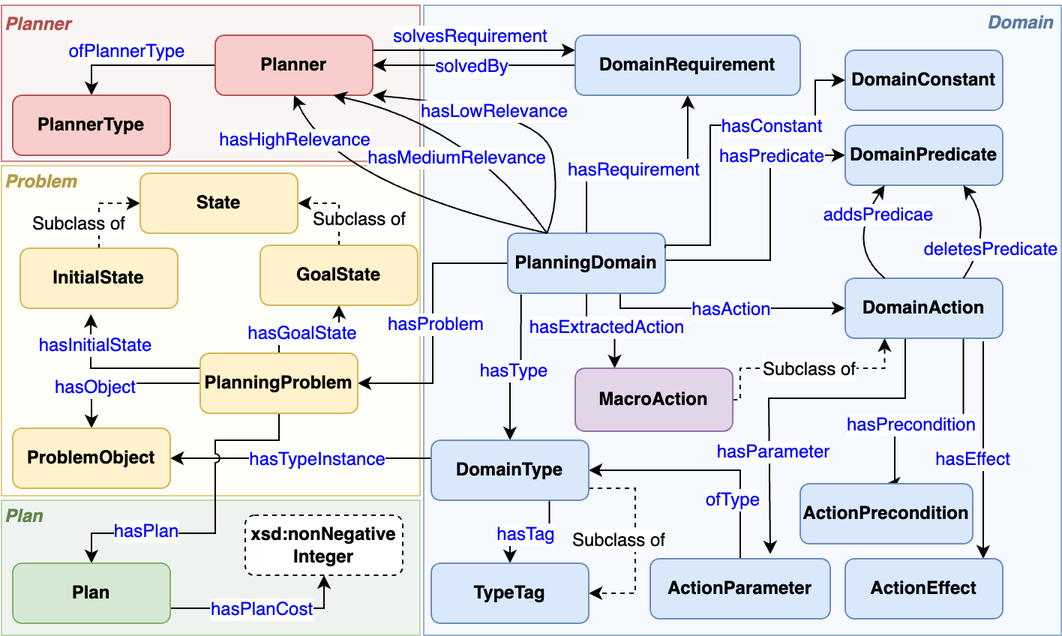
The draw.io diagram images/planning_ontology_block.png in BharathMuppasani/AI-Planning-Ontology, before a commit. Source tidied: cells renumbered, new cells last; positions are measured from the earlier drawing's top-left corner, leaving out a move shared by most shapes.
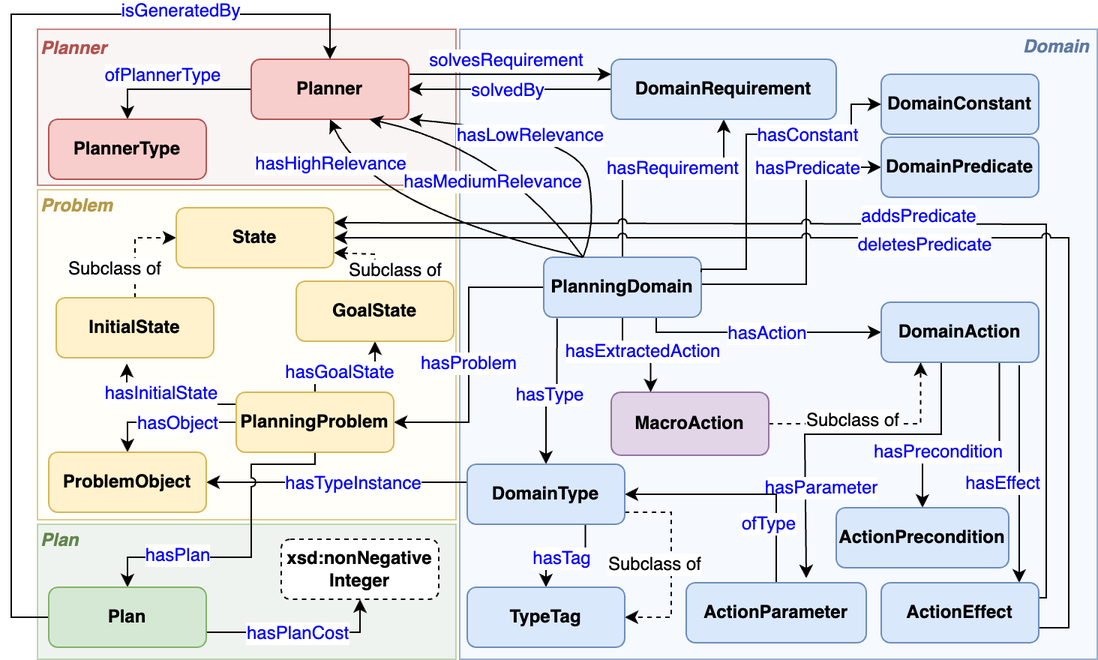
After the change.

What changed in the source:
```diff
@@ -15,11 +15,16 @@
       <mxGeometry x="281" y="3" width="425" height="420" as="geometry" />
     </mxCell>
     <mxCell id="6" style="edgeStyle=orthogonalEdgeStyle;rounded=0;jettySize=auto;html=1;entryX=0.5;entryY=1;entryDx=0;entryDy=0;strokeWidth=1;" parent="1" edge="1" source="17" target="19">
-      <mxGeometry relative="1" as="geometry" />
+      <mxGeometry relative="1" as="geometry">
+        <Array as="points">
+          <mxPoint x="390" y="93" />
+          <mxPoint x="457" y="93" />
+        </Array>
+      </mxGeometry>
     </mxCell>
     <mxCell id="7" value="&lt;font color=&quot;#0000ff&quot; style=&quot;font-size: 12px;&quot;&gt;hasRequirement&lt;/font&gt;" style="edgeLabel;html=1;align=center;verticalAlign=middle;" parent="6" vertex="1">
       <mxGeometry x="0.1" y="-3" relative="1" as="geometry">
-        <mxPoint x="-11" as="offset" />
+        <mxPoint x="7" y="-1" as="offset" />
       </mxGeometry>
     </mxCell>
     <mxCell id="8" style="edgeStyle=orthogonalEdgeStyle;rounded=0;jettySize=auto;html=1;entryX=0;entryY=0.5;entryDx=0;entryDy=0;strokeWidth=1;exitX=1;exitY=0.5;exitDx=0;exitDy=0;" parent="1" edge="1" source="17" target="36">
@@ -27,20 +32,22 @@
         <Array as="points">
           <mxPoint x="442" y="173" />
           <mxPoint x="512" y="173" />
-          <mxPoint x="512" y="103" />
+          <mxPoint x="512" y="95" />
         </Array>
       </mxGeometry>
     </mxCell>
     <mxCell id="9" value="&lt;font color=&quot;#0000ff&quot; style=&quot;font-size: 12px;&quot;&gt;hasPredicate&lt;/font&gt;" style="edgeLabel;html=1;align=center;verticalAlign=middle;" parent="8" vertex="1">
       <mxGeometry x="-0.09" y="-2" relative="1" as="geometry">
-        <mxPoint x="-2" y="-55" as="offset" />
+        <mxPoint x="-2" y="-59" as="offset" />
       </mxGeometry>
     </mxCell>
     <mxCell id="10" style="edgeStyle=orthogonalEdgeStyle;rounded=0;jettySize=auto;html=1;exitX=0;exitY=0.5;exitDx=0;exitDy=0;entryX=1;entryY=0.5;entryDx=0;entryDy=0;strokeWidth=1;" parent="1" edge="1" source="17" target="64">
       <mxGeometry relative="1" as="geometry" />
     </mxCell>
     <mxCell id="11" value="&lt;font color=&quot;#0000ff&quot; style=&quot;font-size: 12px;&quot;&gt;hasProblem&lt;/font&gt;" style="edgeLabel;html=1;align=center;verticalAlign=middle;" parent="10" vertex="1">
-      <mxGeometry y="1" relative="1" as="geometry" />
+      <mxGeometry y="1" relative="1" as="geometry">
+        <mxPoint x="-2" y="5" as="offset" />
+      </mxGeometry>
     </mxCell>
     <mxCell id="12" style="edgeStyle=orthogonalEdgeStyle;rounded=0;jettySize=auto;html=1;strokeWidth=1;" parent="1" edge="1" source="17">
       <mxGeometry relative="1" as="geometry">
@@ -136,8 +143,8 @@
     <mxCell id="29" style="edgeStyle=orthogonalEdgeStyle;rounded=0;jettySize=auto;html=1;entryX=0.667;entryY=-0.075;entryDx=0;entryDy=0;strokeWidth=1;entryPerimeter=0;" parent="1" edge="1" source="35" target="43">
       <mxGeometry relative="1" as="geometry">
         <Array as="points">
-          <mxPoint x="602" y="265" />
-          <mxPoint x="511" y="265" />
+          <mxPoint x="602" y="273" />
+          <mxPoint x="511" y="273" />
         </Array>
       </mxGeometry>
     </mxCell>
@@ -151,52 +158,49 @@
     </mxCell>
     <mxCell id="32" value="&lt;font style=&quot;font-size: 12px;&quot; color=&quot;#0000ff&quot;&gt;hasEffect&lt;/font&gt;" style="edgeLabel;html=1;align=center;verticalAlign=middle;" parent="31" vertex="1">
       <mxGeometry x="-0.09" y="3" relative="1" as="geometry">
-        <mxPoint x="-10" y="12" as="offset" />
+        <mxPoint x="-14" y="12" as="offset" />
       </mxGeometry>
     </mxCell>
     <mxCell id="33" style="edgeStyle=orthogonalEdgeStyle;rounded=0;jettySize=auto;html=1;exitX=0.75;exitY=1;exitDx=0;exitDy=0;entryX=0.5;entryY=0;entryDx=0;entryDy=0;" parent="1" edge="1" source="35" target="75">
       <mxGeometry relative="1" as="geometry">
         <Array as="points">
           <mxPoint x="641" y="285" />
-          <mxPoint x="595" y="285" />
+          <mxPoint x="590" y="285" />
         </Array>
       </mxGeometry>
     </mxCell>
     <mxCell id="34" value="&lt;font color=&quot;#0000ff&quot; style=&quot;font-size: 12px;&quot;&gt;hasPrecondition&lt;/font&gt;" style="edgeLabel;html=1;align=center;verticalAlign=middle;" parent="33" vertex="1">
       <mxGeometry x="0.56" y="1" relative="1" as="geometry">
-        <mxPoint x="9" y="-12" as="offset" />
+        <mxPoint x="9" y="-4" as="offset" />
       </mxGeometry>
     </mxCell>
+    <mxCell id="90" style="edgeStyle=orthogonalEdgeStyle;rounded=0;jettySize=auto;html=1;exitX=1;exitY=0.25;exitDx=0;exitDy=0;entryX=1;entryY=0.25;entryDx=0;entryDy=0;jumpStyle=arc;" parent="1" edge="1" source="74" target="85">
+      <mxGeometry relative="1" as="geometry">
+        <Array as="points">
+          <mxPoint x="672" y="382" />
+          <mxPoint x="672" y="133" />
+        </Array>
+      </mxGeometry>
+    </mxCell>
+    <mxCell id="91" value="&lt;font color=&quot;#0000ff&quot; style=&quot;font-size: 12px;&quot;&gt;addsPredicate&lt;/font&gt;" style="edgeLabel;html=1;align=center;verticalAlign=middle;" parent="90" vertex="1">
+      <mxGeometry x="-0.92" y="2" relative="1" as="geometry">
+        <mxPoint x="-84" y="-229" as="offset" />
+      </mxGeometry>
+    </mxCell>
+    <mxCell id="92" style="edgeStyle=orthogonalEdgeStyle;rounded=0;jettySize=auto;html=1;exitX=1;exitY=0.75;exitDx=0;exitDy=0;entryX=1;entryY=0.5;entryDx=0;entryDy=0;jumpStyle=arc;" parent="1" edge="1" source="74" target="85">
+      <mxGeometry relative="1" as="geometry" />
+    </mxCell>
+    <mxCell id="38" value="&lt;font color=&quot;#0000ff&quot; style=&quot;font-size: 12px;&quot;&gt;deletesPredicate&lt;/font&gt;" style="edgeLabel;html=1;align=center;verticalAlign=middle;" parent="92" vertex="1">
+      <mxGeometry x="-0.86" y="2" relative="1" as="geometry">
+        <mxPoint x="-95" y="-223" as="offset" />
+      </mxGeometry>
+    </mxCell>
     <mxCell id="35" value="&lt;font style=&quot;font-size: 12px;&quot;&gt;&lt;b&gt;DomainAction&lt;/b&gt;&lt;/font&gt;" style="rounded=1;whiteSpace=wrap;html=1;fillColor=#dae8fc;strokeColor=#6c8ebf;" parent="1" vertex="1">
       <mxGeometry x="562" y="185" width="105" height="40" as="geometry" />
     </mxCell>
     <mxCell id="36" value="&lt;font style=&quot;font-size: 12px;&quot;&gt;&lt;b&gt;DomainPredicate&lt;/b&gt;&lt;/font&gt;" style="rounded=1;whiteSpace=wrap;html=1;fillColor=#dae8fc;strokeColor=#6c8ebf;" parent="1" vertex="1">
-      <mxGeometry x="562" y="83" width="105" height="40" as="geometry" />
+      <mxGeometry x="562" y="75" width="105" height="40" as="geometry" />
     </mxCell>
-    <mxCell id="37" style="curved=1;endArrow=classic;html=1;rounded=0;entryX=0.75;entryY=1;entryDx=0;entryDy=0;strokeWidth=1;exitX=0.75;exitY=0;exitDx=0;exitDy=0;" parent="1" edge="1" source="35" target="36">
-      <mxGeometry relative="1" as="geometry">
-        <Array as="points">
-          <mxPoint x="662" y="153" />
-        </Array>
-      </mxGeometry>
-    </mxCell>
-    <mxCell id="38" value="&lt;font color=&quot;#0000ff&quot; style=&quot;font-size: 12px;&quot;&gt;deletesPredicate&lt;/font&gt;" style="edgeLabel;html=1;align=center;verticalAlign=middle;" parent="37" vertex="1">
-      <mxGeometry x="0.25" y="7" relative="1" as="geometry">
-        <mxPoint x="7" y="15" as="offset" />
-      </mxGeometry>
-    </mxCell>
-    <mxCell id="39" style="curved=1;endArrow=classic;html=1;rounded=0;entryX=0.25;entryY=1;entryDx=0;entryDy=0;exitX=0.25;exitY=0;exitDx=0;exitDy=0;strokeWidth=1;" parent="1" edge="1" source="35" target="36">
-      <mxGeometry relative="1" as="geometry">
-        <Array as="points">
-          <mxPoint x="562" y="163" />
-        </Array>
-      </mxGeometry>
-    </mxCell>
-    <mxCell id="40" value="&lt;font color=&quot;#0000ff&quot; style=&quot;font-size: 12px;&quot;&gt;addsPredicae&lt;/font&gt;" style="edgeLabel;html=1;align=center;verticalAlign=middle;" parent="39" vertex="1">
-      <mxGeometry x="-0.06" y="-7" relative="1" as="geometry">
-        <mxPoint x="14" y="-21" as="offset" />
-      </mxGeometry>
-    </mxCell>
     <mxCell id="41" style="edgeStyle=orthogonalEdgeStyle;rounded=0;jettySize=auto;html=1;entryX=1;entryY=0.5;entryDx=0;entryDy=0;strokeColor=#000000;strokeWidth=1;exitX=0.5;exitY=0;exitDx=0;exitDy=0;" parent="1" edge="1" source="43" target="50">
       <mxGeometry relative="1" as="geometry">
         <Array as="points">
@@ -271,27 +275,28 @@
         <Array as="points">
           <mxPoint x="442" y="163" />
           <mxPoint x="472" y="163" />
-          <mxPoint x="472" y="83" />
-          <mxPoint x="542" y="83" />
+          <mxPoint x="472" y="73" />
+          <mxPoint x="542" y="73" />
           <mxPoint x="542" y="53" />
         </Array>
       </mxGeometry>
     </mxCell>
     <mxCell id="55" value="&lt;font color=&quot;#0000ff&quot; style=&quot;font-size: 12px;&quot;&gt;hasConstant&lt;/font&gt;" style="edgeLabel;html=1;align=center;verticalAlign=middle;" parent="54" vertex="1">
       <mxGeometry x="-0.09" y="-2" relative="1" as="geometry">
-        <mxPoint x="38" y="-7" as="offset" />
+        <mxPoint x="38" y="-17" as="offset" />
       </mxGeometry>
     </mxCell>
     <mxCell id="56" style="edgeStyle=orthogonalEdgeStyle;rounded=0;jettySize=auto;html=1;entryX=0.448;entryY=1.1;entryDx=0;entryDy=0;entryPerimeter=0;strokeWidth=1;exitX=0;exitY=0.25;exitDx=0;exitDy=0;" parent="1" edge="1" source="64" target="70">
       <mxGeometry relative="1" as="geometry">
         <Array as="points">
-          <mxPoint x="59" y="245" />
+          <mxPoint x="132" y="253" />
+          <mxPoint x="59" y="253" />
         </Array>
       </mxGeometry>
     </mxCell>
     <mxCell id="57" value="&lt;font color=&quot;#0000ff&quot; style=&quot;font-size: 12px;&quot;&gt;hasInitialState&lt;/font&gt;" style="edgeLabel;html=1;align=center;verticalAlign=middle;" parent="56" vertex="1">
       <mxGeometry x="0.46" y="-1" relative="1" as="geometry">
-        <mxPoint x="1" y="-9" as="offset" />
+        <mxPoint x="22" y="-8" as="offset" />
       </mxGeometry>
     </mxCell>
     <mxCell id="58" style="edgeStyle=orthogonalEdgeStyle;rounded=0;jettySize=auto;html=1;entryX=0.5;entryY=0;entryDx=0;entryDy=0;strokeWidth=1;" parent="1" edge="1" source="64" target="71">
@@ -299,7 +304,7 @@
     </mxCell>
     <mxCell id="59" value="&lt;font style=&quot;font-size: 12px;&quot; color=&quot;#0000ff&quot;&gt;hasObject&lt;/font&gt;" style="edgeLabel;html=1;align=center;verticalAlign=middle;" parent="58" vertex="1">
       <mxGeometry x="-0.05" y="2" relative="1" as="geometry">
-        <mxPoint x="-22" as="offset" />
+        <mxPoint x="4" y="-2" as="offset" />
       </mxGeometry>
     </mxCell>
     <mxCell id="60" style="edgeStyle=orthogonalEdgeStyle;rounded=0;jettySize=auto;html=1;entryX=0.5;entryY=1;entryDx=0;entryDy=0;" parent="1" edge="1" source="64" target="67">
@@ -326,22 +331,22 @@
       </mxGeometry>
     </mxCell>
     <mxCell id="64" value="&lt;font style=&quot;font-size: 12px;&quot;&gt;&lt;b&gt;PlanningProblem&lt;/b&gt;&lt;/font&gt;" style="rounded=1;whiteSpace=wrap;html=1;fillColor=#fff2cc;strokeColor=#d6b656;" parent="1" vertex="1">
-      <mxGeometry x="132" y="235" width="105" height="40" as="geometry" />
+      <mxGeometry x="132" y="245" width="105" height="40" as="geometry" />
     </mxCell>
-    <mxCell id="65" style="edgeStyle=orthogonalEdgeStyle;rounded=0;jettySize=auto;html=1;exitX=0.5;exitY=0;exitDx=0;exitDy=0;entryX=1;entryY=0.5;entryDx=0;entryDy=0;dashed=1;" parent="1" edge="1" source="67" target="85">
+    <mxCell id="65" style="edgeStyle=orthogonalEdgeStyle;rounded=0;jettySize=auto;html=1;exitX=0.5;exitY=0;exitDx=0;exitDy=0;entryX=1;entryY=0.75;entryDx=0;entryDy=0;dashed=1;" parent="1" edge="1" source="67" target="85">
       <mxGeometry relative="1" as="geometry">
         <Array as="points">
-          <mxPoint x="225" y="135" />
+          <mxPoint x="225" y="153" />
         </Array>
       </mxGeometry>
     </mxCell>
     <mxCell id="66" value="&lt;font style=&quot;font-size: 12px;&quot;&gt;Subclass of&lt;/font&gt;" style="edgeLabel;html=1;align=center;verticalAlign=middle;" parent="65" vertex="1">
       <mxGeometry x="-0.35" relative="1" as="geometry">
-        <mxPoint x="13" as="offset" />
+        <mxPoint x="13" y="7" as="offset" />
       </mxGeometry>
     </mxCell>
     <mxCell id="67" value="&lt;font style=&quot;font-size: 12px;&quot;&gt;&lt;b&gt;GoalState&lt;/b&gt;&lt;/font&gt;" style="rounded=1;whiteSpace=wrap;html=1;fillColor=#fff2cc;strokeColor=#d6b656;" parent="1" vertex="1">
-      <mxGeometry x="172" y="163" width="105" height="40" as="geometry" />
+      <mxGeometry x="172" y="171" width="105" height="40" as="geometry" />
     </mxCell>
     <mxCell id="68" style="edgeStyle=orthogonalEdgeStyle;rounded=0;jettySize=auto;html=1;exitX=0.5;exitY=0;exitDx=0;exitDy=0;entryX=0;entryY=0.5;entryDx=0;entryDy=0;dashed=1;" parent="1" edge="1" source="70" target="85">
       <mxGeometry relative="1" as="geometry" />
@@ -352,7 +357,7 @@
       </mxGeometry>
     </mxCell>
     <mxCell id="70" value="&lt;font style=&quot;font-size: 12px;&quot;&gt;&lt;b&gt;InitialState&lt;/b&gt;&lt;/font&gt;" style="rounded=1;whiteSpace=wrap;html=1;fillColor=#fff2cc;strokeColor=#d6b656;" parent="1" vertex="1">
-      <mxGeometry x="12" y="165" width="105" height="40" as="geometry" />
+      <mxGeometry x="12" y="182" width="105" height="40" as="geometry" />
     </mxCell>
     <mxCell id="71" value="&lt;font style=&quot;font-size: 12px;&quot;&gt;&lt;b&gt;ProblemObject&lt;/b&gt;&lt;/font&gt;" style="rounded=1;whiteSpace=wrap;html=1;fillColor=#fff2cc;strokeColor=#d6b656;" parent="1" vertex="1">
       <mxGeometry x="7" y="285" width="105" height="40" as="geometry" />
@@ -381,6 +386,18 @@
         <mxPoint x="7" y="2" as="offset" />
       </mxGeometry>
     </mxCell>
+    <mxCell id="93" style="edgeStyle=orthogonalEdgeStyle;rounded=0;jettySize=auto;html=1;entryX=0.5;entryY=0;entryDx=0;entryDy=0;" parent="1" edge="1" source="78" target="24">
+      <mxGeometry relative="1" as="geometry">
+        <Array as="points">
+          <mxPoint x="-18" y="395" />
+          <mxPoint x="-18" y="-7" />
+          <mxPoint x="195" y="-7" />
+        </Array>
+      </mxGeometry>
+    </mxCell>
+    <mxCell id="94" value="&lt;font color=&quot;#0000ff&quot; style=&quot;font-size: 12px;&quot;&gt;isGeneratedBy&lt;/font&gt;" style="edgeLabel;html=1;align=center;verticalAlign=middle;" parent="93" vertex="1">
+      <mxGeometry x="0.61" y="3" relative="1" as="geometry" />
+    </mxCell>
     <mxCell id="78" value="&lt;font style=&quot;font-size: 12px;&quot;&gt;&lt;b&gt;Plan&lt;/b&gt;&lt;/font&gt;" style="rounded=1;whiteSpace=wrap;html=1;fillColor=#d5e8d4;strokeColor=#82b366;" parent="1" vertex="1">
       <mxGeometry x="7" y="375" width="105" height="40" as="geometry" />
     </mxCell>
@@ -390,9 +407,7 @@
     <mxCell id="80" style="edgeStyle=orthogonalEdgeStyle;rounded=0;jettySize=auto;html=1;exitX=1;exitY=0.5;exitDx=0;exitDy=0;dashed=1;entryX=0.25;entryY=1;entryDx=0;entryDy=0;strokeWidth=1;" parent="1" edge="1" source="81" target="35">
       <mxGeometry relative="1" as="geometry">
         <Array as="points">
-          <mxPoint x="492" y="266" />
-          <mxPoint x="492" y="245" />
-          <mxPoint x="588" y="245" />
+          <mxPoint x="588" y="266" />
         </Array>
       </mxGeometry>
     </mxCell>
@@ -403,13 +418,13 @@
       <mxGeometry x="402" y="217" as="geometry" />
     </mxCell>
     <mxCell id="83" value="&lt;font style=&quot;font-size: 12px;&quot;&gt;Subclass of&lt;/font&gt;" style="edgeLabel;html=1;align=center;verticalAlign=middle;" parent="1" vertex="1">
-      <mxGeometry x="537" y="245" as="geometry" />
+      <mxGeometry x="542" y="263" as="geometry" />
     </mxCell>
     <mxCell id="84" value="&lt;font color=&quot;#0000ff&quot; style=&quot;font-size: 12px;&quot;&gt;solvedBy&lt;/font&gt;" style="edgeLabel;html=1;align=center;verticalAlign=middle;" parent="1" vertex="1">
       <mxGeometry x="312" y="43" as="geometry" />
     </mxCell>
     <mxCell id="85" value="&lt;font style=&quot;font-size: 12px;&quot;&gt;&lt;b&gt;State&lt;/b&gt;&lt;/font&gt;" style="rounded=1;whiteSpace=wrap;html=1;fillColor=#fff2cc;strokeColor=#d6b656;" parent="1" vertex="1">
-      <mxGeometry x="92" y="115" width="105" height="40" as="geometry" />
+      <mxGeometry x="92" y="122" width="105" height="40" as="geometry" />
     </mxCell>
     <mxCell id="86" value="&lt;span style=&quot;&quot;&gt;&lt;i style=&quot;&quot;&gt;&lt;font color=&quot;#5c79a3&quot;&gt;&lt;b&gt;Domain&lt;/b&gt;&lt;/font&gt;&lt;/i&gt;&lt;/span&gt;" style="text;html=1;strokeColor=none;fillColor=none;align=right;verticalAlign=middle;whiteSpace=wrap;rounded=0;labelBackgroundColor=none;fontColor=#6A8CBD;fontStyle=0;" parent="1" vertex="1">
       <mxGeometry x="588" width="115" height="30" as="geometry" />
```
